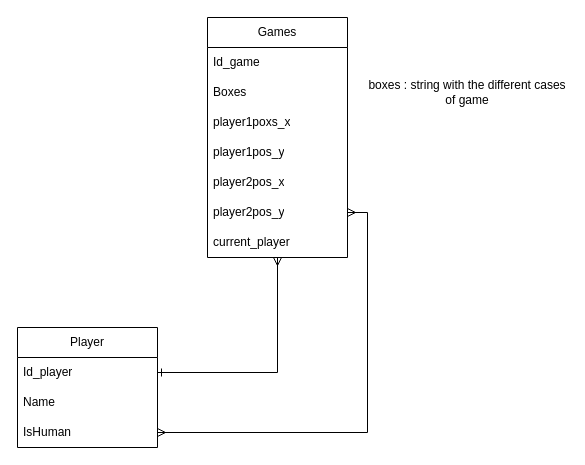
The draw.io diagram bd.drawio in Jabran-Ellaoui/projet-IA, before the edit. Source tidied: cells renumbered, new cells numbered last; positions are measured from the earlier drawing's top-left corner, leaving out a move shared by most shapes. Both pictures are drawn from the tidied source at 100%, with x=0, y=0 at pixel (17, 17).
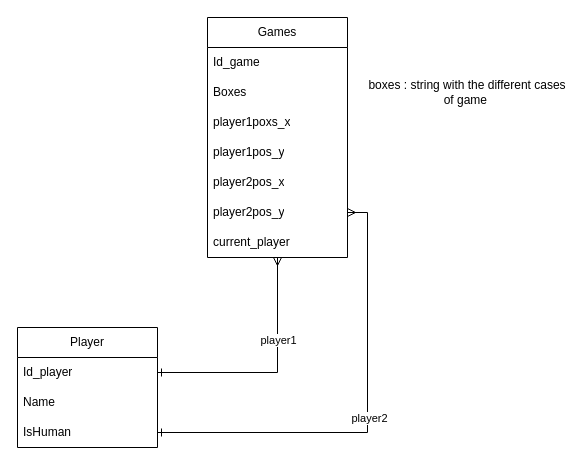
The same diagram, later.

The change refers to these unchanged cells:
```xml
<mxCell id="5" value="IsHuman" style="text;strokeColor=none;fillColor=none;align=left;verticalAlign=middle;spacingLeft=4;spacingRight=4;overflow=hidden;points=[[0,0.5],[1,0.5]];portConstraint=eastwest;whiteSpace=wrap;html=1;" parent="2" vertex="1">
  <mxGeometry y="90" width="140" height="30" as="geometry" />
</mxCell>
<mxCell id="6" style="edgeStyle=orthogonalEdgeStyle;rounded=0;jettySize=auto;html=1;entryX=1;entryY=0.5;entryDx=0;entryDy=0;endArrow=ERone;endFill=0;startArrow=ERmany;startFill=0;" parent="1" edge="1" source="7" target="3">
  <mxGeometry relative="1" as="geometry" />
</mxCell>
<mxCell id="13" value="player2pos_y" style="text;strokeColor=none;fillColor=none;align=left;verticalAlign=middle;spacingLeft=4;spacingRight=4;overflow=hidden;points=[[0,0.5],[1,0.5]];portConstraint=eastwest;whiteSpace=wrap;html=1;" parent="7" vertex="1">
  <mxGeometry y="180" width="140" height="30" as="geometry" />
</mxCell>
```

The edit, as a diff of the source:
```diff
@@
+    <mxCell id="17" value="player1" style="edgeLabel;html=1;align=center;verticalAlign=middle;" parent="6" vertex="1">
+      <mxGeometry x="-0.3" y="-1" relative="1" as="geometry">
+        <mxPoint x="1" as="offset" />
+      </mxGeometry>
+    </mxCell>
@@
-    <mxCell id="15" style="edgeStyle=orthogonalEdgeStyle;rounded=0;jettySize=auto;html=1;exitX=1;exitY=0.5;exitDx=0;exitDy=0;entryX=1;entryY=0.5;entryDx=0;entryDy=0;endArrow=ERmany;endFill=0;startArrow=ERmany;startFill=0;" parent="1" edge="1" source="5" target="13">
+    <mxCell id="15" style="edgeStyle=orthogonalEdgeStyle;rounded=0;jettySize=auto;html=1;exitX=1;exitY=0.5;exitDx=0;exitDy=0;entryX=1;entryY=0.5;entryDx=0;entryDy=0;endArrow=ERmany;endFill=0;startArrow=ERone;startFill=0;" parent="1" edge="1" source="5" target="13">
       <mxGeometry relative="1" as="geometry" />
     </mxCell>
+    <mxCell id="18" value="player2" style="edgeLabel;html=1;align=center;verticalAlign=middle;" parent="15" vertex="1">
+      <mxGeometry y="1" relative="1" as="geometry">
+        <mxPoint x="2" as="offset" />
+      </mxGeometry>
+    </mxCell>
-    <mxCell id="16" value="boxes : string with the different cases of game" style="text;html=1;align=center;verticalAlign=middle;whiteSpace=wrap;rounded=0;" parent="1" vertex="1">
+    <mxCell id="16" value="boxes : string with the different cases of game&amp;nbsp;" style="text;html=1;align=center;verticalAlign=middle;whiteSpace=wrap;rounded=0;" parent="1" vertex="1">
       <mxGeometry x="350" y="60" width="200" height="30" as="geometry" />
     </mxCell>
```
